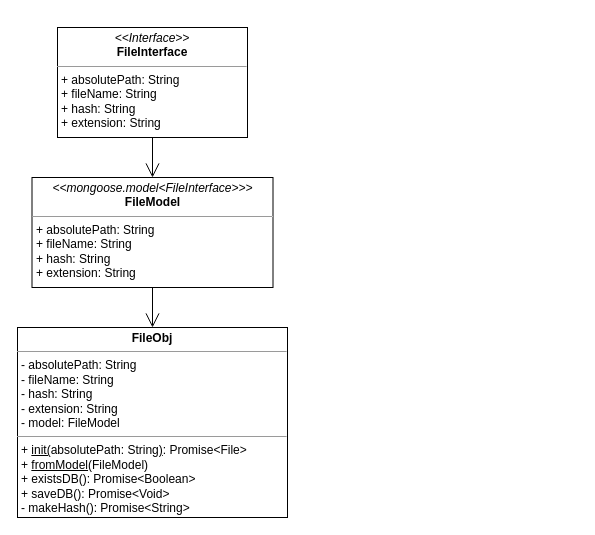
The draw.io diagram bfs-core.drawio in jm0ran/bfs-core, before the edit. Source tidied: cells renumbered, new cells numbered last; positions are measured from the earlier drawing's top-left corner, leaving out a move shared by most shapes. Both pictures are drawn from the tidied source at 100%, with x=0, y=0 at pixel (17, 27).
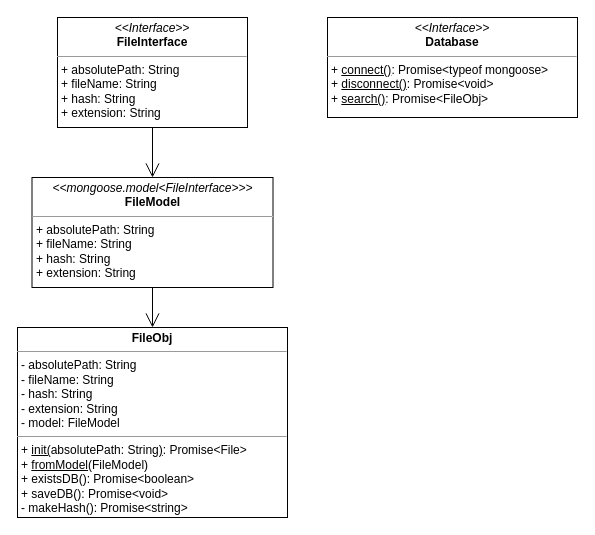
The same diagram, later.

Commit message (it also covers changes not shown here):
Database class

Change to the diagram source:
```diff
@@
 <mxGraphModel>
   <root>
     <mxCell id="0" />
     <mxCell id="1" parent="0" />
-    <mxCell id="2" value="&lt;p style=&quot;margin: 0px ; margin-top: 4px ; text-align: center&quot;&gt;&lt;b&gt;FileObj&lt;/b&gt;&lt;/p&gt;&lt;hr size=&quot;1&quot;&gt;&lt;p style=&quot;margin: 0px ; margin-left: 4px&quot;&gt;- absolutePath: String&lt;br&gt;- fileName: String&lt;/p&gt;&lt;p style=&quot;margin: 0px ; margin-left: 4px&quot;&gt;- hash: String&lt;/p&gt;&lt;p style=&quot;margin: 0px ; margin-left: 4px&quot;&gt;- extension: String&lt;/p&gt;&lt;p style=&quot;margin: 0px ; margin-left: 4px&quot;&gt;- model: FileModel&lt;/p&gt;&lt;hr size=&quot;1&quot;&gt;&lt;p style=&quot;margin: 0px ; margin-left: 4px&quot;&gt;&lt;span&gt;+ &lt;/span&gt;&lt;u&gt;init(&lt;/u&gt;&lt;span&gt;absolutePath: String&lt;/span&gt;&lt;u&gt;)&lt;/u&gt;&lt;span&gt;: Promise&amp;lt;File&amp;gt;&lt;/span&gt;&lt;br&gt;&lt;/p&gt;&lt;p style=&quot;margin: 0px ; margin-left: 4px&quot;&gt;+ &lt;u&gt;fromModel&lt;/u&gt;(FileModel)&lt;/p&gt;&lt;p style=&quot;margin: 0px ; margin-left: 4px&quot;&gt;+ existsDB(): Promise&amp;lt;Boolean&amp;gt;&lt;/p&gt;&lt;p style=&quot;margin: 0px ; margin-left: 4px&quot;&gt;+ saveDB(): Promise&amp;lt;Void&amp;gt;&lt;/p&gt;&lt;p style=&quot;margin: 0px 0px 0px 4px&quot;&gt;- makeHash(): Promise&amp;lt;String&amp;gt;&lt;/p&gt;&lt;div&gt;&lt;br&gt;&lt;/div&gt;&lt;p style=&quot;margin: 0px ; margin-left: 4px&quot;&gt;&lt;br&gt;&lt;/p&gt;" style="verticalAlign=top;align=left;overflow=fill;fontSize=12;fontFamily=Helvetica;html=1;" parent="1" vertex="1">
+    <mxCell id="2" value="&lt;p style=&quot;margin: 0px ; margin-top: 4px ; text-align: center&quot;&gt;&lt;b&gt;FileObj&lt;/b&gt;&lt;/p&gt;&lt;hr size=&quot;1&quot;&gt;&lt;p style=&quot;margin: 0px ; margin-left: 4px&quot;&gt;- absolutePath: String&lt;br&gt;- fileName: String&lt;/p&gt;&lt;p style=&quot;margin: 0px ; margin-left: 4px&quot;&gt;- hash: String&lt;/p&gt;&lt;p style=&quot;margin: 0px ; margin-left: 4px&quot;&gt;- extension: String&lt;/p&gt;&lt;p style=&quot;margin: 0px ; margin-left: 4px&quot;&gt;- model: FileModel&lt;/p&gt;&lt;hr size=&quot;1&quot;&gt;&lt;p style=&quot;margin: 0px ; margin-left: 4px&quot;&gt;&lt;span&gt;+ &lt;/span&gt;&lt;u&gt;init(&lt;/u&gt;&lt;span&gt;absolutePath: String&lt;/span&gt;&lt;u&gt;)&lt;/u&gt;&lt;span&gt;: Promise&amp;lt;File&amp;gt;&lt;/span&gt;&lt;br&gt;&lt;/p&gt;&lt;p style=&quot;margin: 0px ; margin-left: 4px&quot;&gt;+ &lt;u&gt;fromModel&lt;/u&gt;(FileModel)&lt;/p&gt;&lt;p style=&quot;margin: 0px ; margin-left: 4px&quot;&gt;+ existsDB(): Promise&amp;lt;boolean&amp;gt;&lt;/p&gt;&lt;p style=&quot;margin: 0px ; margin-left: 4px&quot;&gt;+ saveDB(): Promise&amp;lt;void&amp;gt;&lt;/p&gt;&lt;p style=&quot;margin: 0px 0px 0px 4px&quot;&gt;- makeHash(): Promise&amp;lt;string&amp;gt;&lt;/p&gt;&lt;div&gt;&lt;br&gt;&lt;/div&gt;&lt;p style=&quot;margin: 0px ; margin-left: 4px&quot;&gt;&lt;br&gt;&lt;/p&gt;" style="verticalAlign=top;align=left;overflow=fill;fontSize=12;fontFamily=Helvetica;html=1;" parent="1" vertex="1">
       <mxGeometry y="300" width="270" height="190" as="geometry" />
     </mxCell>
     <mxCell id="3" value="&lt;p style=&quot;margin: 0px ; margin-top: 4px ; text-align: center&quot;&gt;&lt;i&gt;&amp;lt;&amp;lt;mongoose.model&amp;lt;FileInterface&amp;gt;&amp;gt;&amp;gt;&lt;/i&gt;&lt;br&gt;&lt;b&gt;FileModel&lt;/b&gt;&lt;/p&gt;&lt;hr size=&quot;1&quot;&gt;&lt;p style=&quot;margin: 0px ; margin-left: 4px&quot;&gt;+ absolutePath: String&lt;/p&gt;&lt;p style=&quot;margin: 0px ; margin-left: 4px&quot;&gt;+ fileName: String&lt;br&gt;+ hash: String&lt;/p&gt;&lt;p style=&quot;margin: 0px ; margin-left: 4px&quot;&gt;+ extension: String&lt;/p&gt;&lt;p style=&quot;margin: 0px ; margin-left: 4px&quot;&gt;&lt;br&gt;&lt;/p&gt;" style="verticalAlign=top;align=left;overflow=fill;fontSize=12;fontFamily=Helvetica;html=1;" parent="1" vertex="1">
       <mxGeometry x="14.5" y="150" width="241" height="110" as="geometry" />
     </mxCell>
     <mxCell id="4" value="&lt;p style=&quot;margin: 0px ; margin-top: 4px ; text-align: center&quot;&gt;&lt;i&gt;&amp;lt;&amp;lt;Interface&amp;gt;&amp;gt;&lt;/i&gt;&lt;br&gt;&lt;b&gt;FileInterface&lt;/b&gt;&lt;/p&gt;&lt;hr size=&quot;1&quot;&gt;&lt;p style=&quot;margin: 0px ; margin-left: 4px&quot;&gt;+ absolutePath: String&lt;br&gt;+ fileName: String&lt;/p&gt;&lt;p style=&quot;margin: 0px 0px 0px 4px&quot;&gt;+ hash: String&lt;/p&gt;&lt;p style=&quot;margin: 0px 0px 0px 4px&quot;&gt;+ extension: String&lt;/p&gt;" style="verticalAlign=top;align=left;overflow=fill;fontSize=12;fontFamily=Helvetica;html=1;" parent="1" vertex="1">
-      <mxGeometry x="40" width="190" height="110" as="geometry" />
+      <mxGeometry x="40" y="-10" width="190" height="110" as="geometry" />
     </mxCell>
     <mxCell id="5" style="endArrow=open;endFill=1;endSize=12;html=1;rounded=0;exitX=0.5;exitY=1;exitDx=0;exitDy=0;entryX=0.5;entryY=0;entryDx=0;entryDy=0;" parent="1" edge="1" source="4" target="3">
       <mxGeometry relative="1" as="geometry" />
     </mxCell>
     <mxCell id="6" style="endArrow=open;endFill=1;endSize=12;html=1;rounded=0;exitX=0.5;exitY=1;exitDx=0;exitDy=0;entryX=0.5;entryY=0;entryDx=0;entryDy=0;" parent="1" edge="1" source="3" target="2">
       <mxGeometry relative="1" as="geometry" />
     </mxCell>
+    <mxCell id="7" value="&lt;p style=&quot;margin: 0px ; margin-top: 4px ; text-align: center&quot;&gt;&lt;i&gt;&amp;lt;&amp;lt;Interface&amp;gt;&amp;gt;&lt;/i&gt;&lt;br&gt;&lt;b&gt;Database&lt;/b&gt;&lt;/p&gt;&lt;hr size=&quot;1&quot;&gt;&lt;p style=&quot;margin: 0px ; margin-left: 4px&quot;&gt;&lt;span&gt;+ &lt;u&gt;connect()&lt;/u&gt;: Promise&amp;lt;typeof mongoose&amp;gt;&lt;/span&gt;&lt;br&gt;&lt;/p&gt;&lt;p style=&quot;margin: 0px ; margin-left: 4px&quot;&gt;+ &lt;u&gt;disconnect()&lt;/u&gt;: Promise&amp;lt;void&amp;gt;&lt;/p&gt;&lt;p style=&quot;margin: 0px ; margin-left: 4px&quot;&gt;+ &lt;u&gt;search()&lt;/u&gt;: Promise&amp;lt;FileObj&amp;gt;&lt;/p&gt;" style="verticalAlign=top;align=left;overflow=fill;fontSize=12;fontFamily=Helvetica;html=1;" parent="1" vertex="1">
+      <mxGeometry x="310" y="-10" width="250" height="100" as="geometry" />
+    </mxCell>
   </root>
 </mxGraphModel>
```
